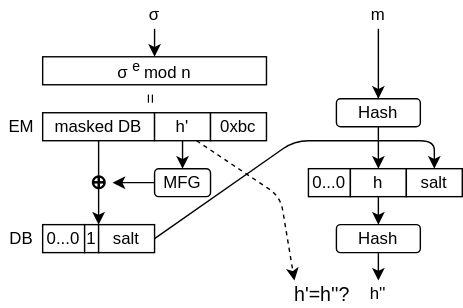
Above: images/lec-rsassa-pss-verify.drawio.svg in herumi/lecture-crypto (draw.io), before the change. Source tidied: cells renumbered, new cells last; positions are measured from the earlier drawing's top-left corner, leaving out a move shared by most shapes.
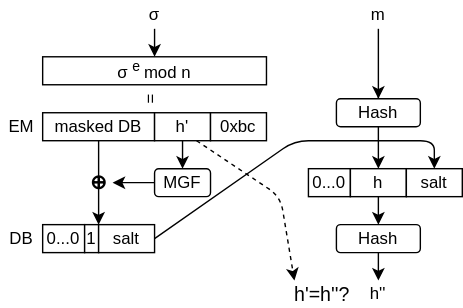
The same diagram one commit later.

Change to the diagram source:
```diff
@@ -49,7 +49,7 @@
     <mxCell id="15" style="edgeStyle=none;html=1;exitX=0;exitY=0.5;exitDx=0;exitDy=0;entryX=1;entryY=0.5;entryDx=0;entryDy=0;" parent="1" edge="1" source="16" target="2">
       <mxGeometry relative="1" as="geometry" />
     </mxCell>
-    <mxCell id="16" value="MFG" style="rounded=1;whiteSpace=wrap;html=1;" parent="1" vertex="1">
+    <mxCell id="16" value="MGF" style="rounded=1;whiteSpace=wrap;html=1;" parent="1" vertex="1">
       <mxGeometry x="110" y="120" width="40" height="20" as="geometry" />
     </mxCell>
     <mxCell id="17" value="masked DB" style="rounded=0;whiteSpace=wrap;html=1;" parent="1" vertex="1">
```
